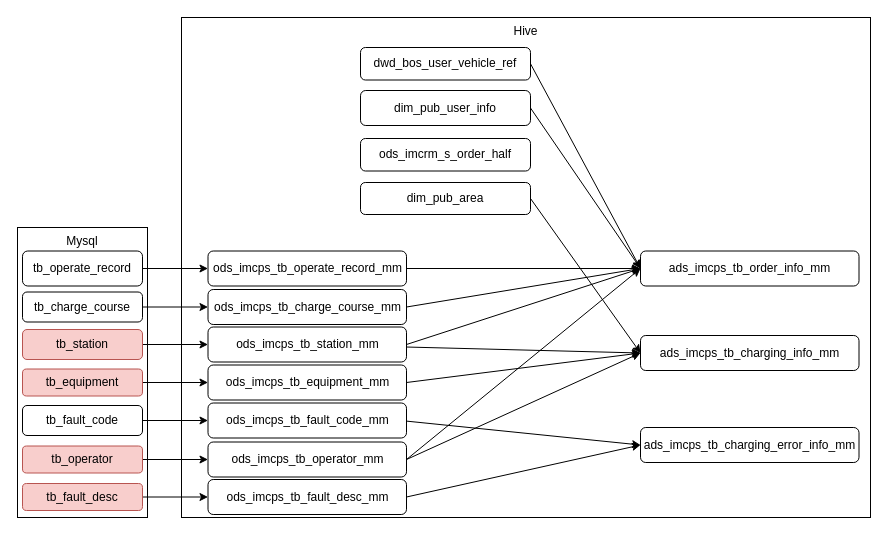
Earlier version of the draw.io diagram 公共充电数据链路图.drawio (taitaibai/test). Source tidied: cells renumbered, new cells numbered last; positions are measured from the earlier drawing's top-left corner, leaving out a move shared by most shapes. Both pictures are drawn from the tidied source at 100%, with x=0, y=0 at pixel (17, 17).
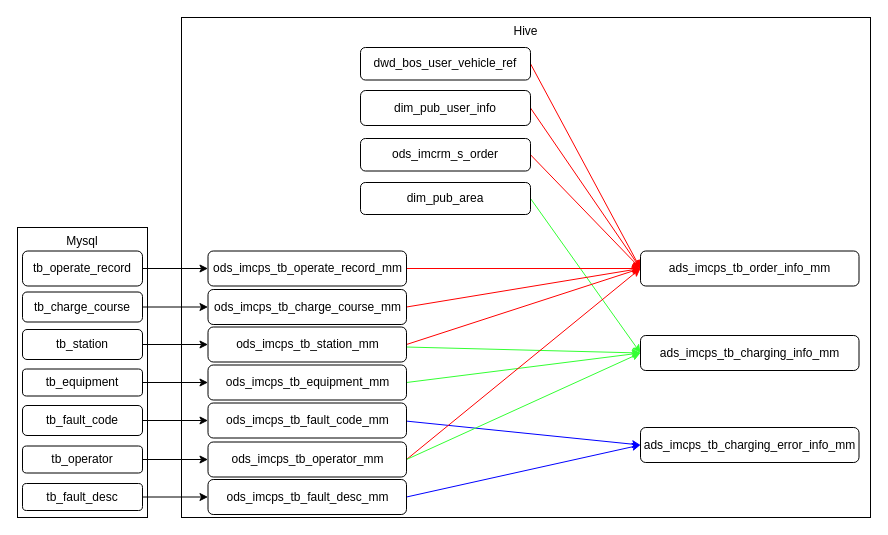
After the change.

Commit message:
更新公共充电数据链路图.drawio

Unchanged cells that the change refers to:
```xml
<mxCell id="17" value="dwd_bos_user_vehicle_ref" style="rounded=1;whiteSpace=wrap;html=1;" parent="1" vertex="1">
  <mxGeometry x="343" y="30" width="170" height="32.5" as="geometry" />
</mxCell>
<mxCell id="19" value="dim_pub_area" style="rounded=1;whiteSpace=wrap;html=1;" parent="1" vertex="1">
  <mxGeometry x="343" y="165" width="170" height="32" as="geometry" />
</mxCell>
<mxCell id="21" value="dim_pub_user_info" style="rounded=1;whiteSpace=wrap;html=1;" parent="1" vertex="1">
  <mxGeometry x="343" y="73" width="170" height="35" as="geometry" />
</mxCell>
<mxCell id="24" value="ods_imcps_tb_operate_record_mm" style="rounded=1;whiteSpace=wrap;html=1;" parent="1" vertex="1">
  <mxGeometry x="190.5" y="233.5" width="198.5" height="35" as="geometry" />
</mxCell>
<mxCell id="26" value="ods_imcps_tb_charge_course_mm" style="rounded=1;whiteSpace=wrap;html=1;" parent="1" vertex="1">
  <mxGeometry x="190.5" y="272" width="198.5" height="35" as="geometry" />
</mxCell>
<mxCell id="29" value="ods_imcps_tb_station_mm" style="rounded=1;whiteSpace=wrap;html=1;" parent="1" vertex="1">
  <mxGeometry x="190.5" y="309.5" width="198.5" height="35" as="geometry" />
</mxCell>
<mxCell id="31" value="ods_imcps_tb_equipment_mm" style="rounded=1;whiteSpace=wrap;html=1;" parent="1" vertex="1">
  <mxGeometry x="190.5" y="347.5" width="198.5" height="35" as="geometry" />
</mxCell>
<mxCell id="36" value="ods_imcps_tb_operator_mm" style="rounded=1;whiteSpace=wrap;html=1;" parent="1" vertex="1">
  <mxGeometry x="190.5" y="424.5" width="198.5" height="35" as="geometry" />
</mxCell>
<mxCell id="37" value="ads_imcps_tb_order_info_mm" style="rounded=1;whiteSpace=wrap;html=1;" parent="1" vertex="1">
  <mxGeometry x="623" y="233.5" width="218.5" height="35" as="geometry" />
</mxCell>
<mxCell id="38" value="ads_imcps_tb_charging_info_mm" style="rounded=1;whiteSpace=wrap;html=1;" parent="1" vertex="1">
  <mxGeometry x="623" y="318" width="218.5" height="35" as="geometry" />
</mxCell>
<mxCell id="39" value="ads_imcps_tb_charging_error_info_mm" style="rounded=1;whiteSpace=wrap;html=1;" parent="1" vertex="1">
  <mxGeometry x="623" y="410" width="218.5" height="35" as="geometry" />
</mxCell>
<mxCell id="43" value="ods_imcps_tb_fault_desc_mm" style="rounded=1;whiteSpace=wrap;html=1;" parent="1" vertex="1">
  <mxGeometry x="190.5" y="462" width="198.5" height="35" as="geometry" />
</mxCell>
```

The edit, as a diff of the source:
```diff
@@
-    <mxCell id="2" value="Hive" style="rounded=0;whiteSpace=wrap;html=1;verticalAlign=top;" parent="1" vertex="1">
+    <mxCell id="2" value="Hive" style="rounded=0;whiteSpace=wrap;html=1;verticalAlign=top;strokeColor=#000000;" parent="1" vertex="1">
       <mxGeometry x="164" width="689" height="500" as="geometry" />
     </mxCell>
@@
-    <mxCell id="9" value="tb_station" style="rounded=1;whiteSpace=wrap;html=1;fillColor=#f8cecc;strokeColor=#b85450;" parent="1" vertex="1">
+    <mxCell id="9" value="tb_station" style="rounded=1;whiteSpace=wrap;html=1;" parent="1" vertex="1">
       <mxGeometry x="5" y="312" width="120" height="30" as="geometry" />
     </mxCell>
@@
-    <mxCell id="11" value="tb_equipment" style="rounded=1;whiteSpace=wrap;html=1;fillColor=#f8cecc;strokeColor=#b85450;" parent="1" vertex="1">
+    <mxCell id="11" value="tb_equipment" style="rounded=1;whiteSpace=wrap;html=1;" parent="1" vertex="1">
       <mxGeometry x="5" y="351.5" width="120" height="27" as="geometry" />
     </mxCell>
@@
-    <mxCell id="15" value="tb_operator" style="rounded=1;whiteSpace=wrap;html=1;fillColor=#f8cecc;strokeColor=#b85450;" parent="1" vertex="1">
+    <mxCell id="15" value="tb_operator" style="rounded=1;whiteSpace=wrap;html=1;" parent="1" vertex="1">
       <mxGeometry x="5" y="428.5" width="120" height="27" as="geometry" />
     </mxCell>
-    <mxCell id="16" style="edgeStyle=none;rounded=0;jettySize=auto;html=1;entryX=0;entryY=0.5;entryDx=0;entryDy=0;exitX=1;exitY=0.5;exitDx=0;exitDy=0;" parent="1" edge="1" source="17" target="37">
+    <mxCell id="16" style="edgeStyle=none;rounded=0;jettySize=auto;html=1;entryX=0;entryY=0.5;entryDx=0;entryDy=0;exitX=1;exitY=0.5;exitDx=0;exitDy=0;strokeColor=#FF0000;" parent="1" edge="1" source="17" target="37">
       <mxGeometry relative="1" as="geometry" />
     </mxCell>
@@
-    <mxCell id="18" style="edgeStyle=none;rounded=0;jettySize=auto;html=1;entryX=0;entryY=0.5;entryDx=0;entryDy=0;exitX=1;exitY=0.5;exitDx=0;exitDy=0;" parent="1" edge="1" source="19" target="38">
+    <mxCell id="18" style="edgeStyle=none;rounded=0;jettySize=auto;html=1;entryX=0;entryY=0.5;entryDx=0;entryDy=0;exitX=1;exitY=0.5;exitDx=0;exitDy=0;strokeColor=#33FF33;" parent="1" edge="1" source="19" target="38">
       <mxGeometry relative="1" as="geometry" />
     </mxCell>
@@
-    <mxCell id="20" style="edgeStyle=none;rounded=0;jettySize=auto;html=1;entryX=0;entryY=0.5;entryDx=0;entryDy=0;exitX=1;exitY=0.5;exitDx=0;exitDy=0;" parent="1" edge="1" source="21" target="37">
+    <mxCell id="20" style="edgeStyle=none;rounded=0;jettySize=auto;html=1;entryX=0;entryY=0.5;entryDx=0;entryDy=0;exitX=1;exitY=0.5;exitDx=0;exitDy=0;strokeColor=#FF0000;" parent="1" edge="1" source="21" target="37">
       <mxGeometry relative="1" as="geometry" />
     </mxCell>
@@
+    <mxCell id="44" style="rounded=0;jettySize=auto;html=1;entryX=0;entryY=0.5;entryDx=0;entryDy=0;strokeColor=#FF0000;exitX=1;exitY=0.5;exitDx=0;exitDy=0;" parent="1" edge="1" source="22" target="37">
+      <mxGeometry relative="1" as="geometry" />
+    </mxCell>
-    <mxCell id="22" value="ods_imcrm_s_order_half" style="rounded=1;whiteSpace=wrap;html=1;" parent="1" vertex="1">
+    <mxCell id="22" value="ods_imcrm_s_order" style="rounded=1;whiteSpace=wrap;html=1;" parent="1" vertex="1">
       <mxGeometry x="343" y="121" width="170" height="32.5" as="geometry" />
     </mxCell>
-    <mxCell id="23" style="edgeStyle=none;rounded=0;jettySize=auto;html=1;exitX=1;exitY=0.5;exitDx=0;exitDy=0;entryX=0;entryY=0.5;entryDx=0;entryDy=0;" parent="1" edge="1" source="24" target="37">
+    <mxCell id="23" style="edgeStyle=none;rounded=0;jettySize=auto;html=1;exitX=1;exitY=0.5;exitDx=0;exitDy=0;entryX=0;entryY=0.5;entryDx=0;entryDy=0;strokeColor=#FF0000;" parent="1" edge="1" source="24" target="37">
       <mxGeometry relative="1" as="geometry" />
     </mxCell>
@@
-    <mxCell id="25" style="edgeStyle=none;rounded=0;jettySize=auto;html=1;entryX=0;entryY=0.5;entryDx=0;entryDy=0;exitX=1;exitY=0.5;exitDx=0;exitDy=0;" parent="1" edge="1" source="26" target="37">
+    <mxCell id="25" style="edgeStyle=none;rounded=0;jettySize=auto;html=1;entryX=0;entryY=0.5;entryDx=0;entryDy=0;exitX=1;exitY=0.5;exitDx=0;exitDy=0;strokeColor=#FF0000;" parent="1" edge="1" source="26" target="37">
       <mxGeometry relative="1" as="geometry" />
     </mxCell>
@@
-    <mxCell id="27" style="edgeStyle=none;rounded=0;jettySize=auto;html=1;entryX=0;entryY=0.5;entryDx=0;entryDy=0;exitX=1;exitY=0.5;exitDx=0;exitDy=0;" parent="1" edge="1" source="29" target="37">
+    <mxCell id="27" style="edgeStyle=none;rounded=0;jettySize=auto;html=1;entryX=0;entryY=0.5;entryDx=0;entryDy=0;exitX=1;exitY=0.5;exitDx=0;exitDy=0;strokeColor=#FF0000;" parent="1" edge="1" source="29" target="37">
       <mxGeometry relative="1" as="geometry" />
     </mxCell>
-    <mxCell id="28" style="edgeStyle=none;rounded=0;jettySize=auto;html=1;entryX=0;entryY=0.5;entryDx=0;entryDy=0;" parent="1" edge="1" source="29" target="38">
+    <mxCell id="28" style="edgeStyle=none;rounded=0;jettySize=auto;html=1;entryX=0;entryY=0.5;entryDx=0;entryDy=0;strokeColor=#33FF33;" parent="1" edge="1" source="29" target="38">
       <mxGeometry relative="1" as="geometry" />
     </mxCell>
@@
-    <mxCell id="30" style="edgeStyle=none;rounded=0;jettySize=auto;html=1;entryX=0;entryY=0.5;entryDx=0;entryDy=0;exitX=1;exitY=0.5;exitDx=0;exitDy=0;" parent="1" edge="1" source="31" target="38">
+    <mxCell id="30" style="edgeStyle=none;rounded=0;jettySize=auto;html=1;entryX=0;entryY=0.5;entryDx=0;entryDy=0;exitX=1;exitY=0.5;exitDx=0;exitDy=0;strokeColor=#33FF33;" parent="1" edge="1" source="31" target="38">
       <mxGeometry relative="1" as="geometry" />
     </mxCell>
@@
-    <mxCell id="32" style="edgeStyle=none;rounded=0;jettySize=auto;html=1;entryX=0;entryY=0.5;entryDx=0;entryDy=0;" parent="1" edge="1" target="39">
+    <mxCell id="32" style="edgeStyle=none;rounded=0;jettySize=auto;html=1;entryX=0;entryY=0.5;entryDx=0;entryDy=0;strokeColor=#0000FF;" parent="1" edge="1" target="39">
       <mxGeometry relative="1" as="geometry">
         <mxPoint x="383" y="403" as="sourcePoint" />
       </mxGeometry>
     </mxCell>
@@
-    <mxCell id="34" style="edgeStyle=none;rounded=0;jettySize=auto;html=1;entryX=0;entryY=0.5;entryDx=0;entryDy=0;exitX=1;exitY=0.5;exitDx=0;exitDy=0;" parent="1" edge="1" source="36" target="37">
+    <mxCell id="34" style="edgeStyle=none;rounded=0;jettySize=auto;html=1;entryX=0;entryY=0.5;entryDx=0;entryDy=0;exitX=1;exitY=0.5;exitDx=0;exitDy=0;strokeColor=#FF0000;" parent="1" edge="1" source="36" target="37">
       <mxGeometry relative="1" as="geometry" />
     </mxCell>
-    <mxCell id="35" style="edgeStyle=none;rounded=0;jettySize=auto;html=1;entryX=0;entryY=0.5;entryDx=0;entryDy=0;exitX=1;exitY=0.5;exitDx=0;exitDy=0;" parent="1" edge="1" source="36" target="38">
+    <mxCell id="35" style="edgeStyle=none;rounded=0;jettySize=auto;html=1;entryX=0;entryY=0.5;entryDx=0;entryDy=0;exitX=1;exitY=0.5;exitDx=0;exitDy=0;strokeColor=#33FF33;" parent="1" edge="1" source="36" target="38">
       <mxGeometry relative="1" as="geometry" />
     </mxCell>
@@
-    <mxCell id="41" value="tb_fault_desc" style="rounded=1;whiteSpace=wrap;html=1;fillColor=#f8cecc;strokeColor=#b85450;" parent="1" vertex="1">
+    <mxCell id="41" value="tb_fault_desc" style="rounded=1;whiteSpace=wrap;html=1;" parent="1" vertex="1">
       <mxGeometry x="5" y="466" width="120" height="27" as="geometry" />
     </mxCell>
-    <mxCell id="42" style="edgeStyle=none;rounded=0;jettySize=auto;html=1;entryX=0;entryY=0.5;entryDx=0;entryDy=0;exitX=1;exitY=0.5;exitDx=0;exitDy=0;" parent="1" edge="1" source="43" target="39">
+    <mxCell id="42" style="edgeStyle=none;rounded=0;jettySize=auto;html=1;entryX=0;entryY=0.5;entryDx=0;entryDy=0;exitX=1;exitY=0.5;exitDx=0;exitDy=0;strokeColor=#0000FF;" parent="1" edge="1" source="43" target="39">
       <mxGeometry relative="1" as="geometry" />
     </mxCell>
```
